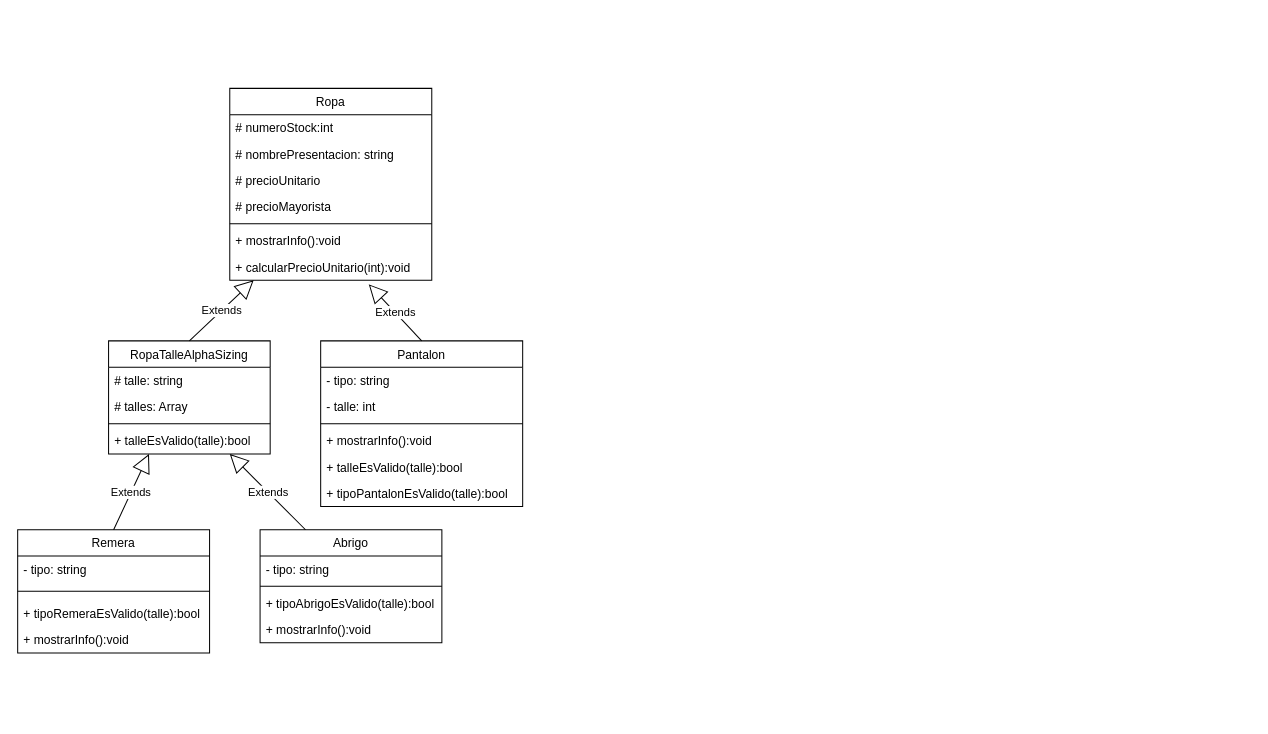
Before: DesarrolloOrientadoObjetos/ejericiosObligatorios3/UML/ejerciciosObligatorios3.drawio in monick96/PracticeCsharp, a draw.io diagram. Source tidied: cells renumbered, new cells numbered last; positions are measured from the earlier drawing's top-left corner, leaving out a move shared by most shapes. Both pictures are drawn from the tidied source at 101%, with x=0, y=0 at pixel (17, 88).
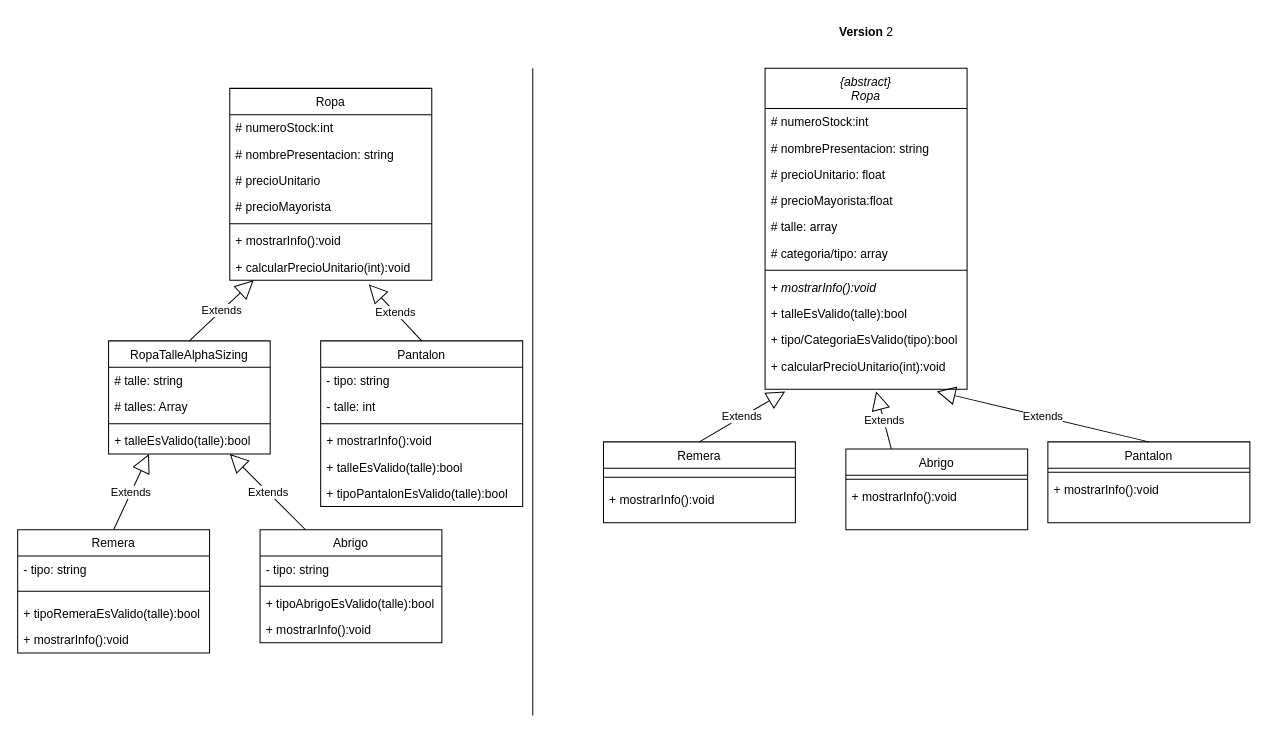
The same diagram, later.

What changed in the source:
```diff
@@
+    <mxCell id="36" value="{abstract}&#10;Ropa&#10;" style="swimlane;fontStyle=2;align=center;verticalAlign=top;horizontal=1;startSize=40;rounded=0;shadow=0;strokeWidth=1;" parent="1" vertex="1">
+      <mxGeometry x="740" y="-20" width="200" height="318" as="geometry" />
+    </mxCell>
+    <mxCell id="37" value="# numeroStock:int" style="text;align=left;verticalAlign=top;spacingLeft=4;spacingRight=4;overflow=hidden;" parent="36" vertex="1">
+      <mxGeometry y="40" width="200" height="26" as="geometry" />
+    </mxCell>
+    <mxCell id="38" value="# nombrePresentacion: string" style="text;align=left;verticalAlign=top;spacingLeft=4;spacingRight=4;overflow=hidden;rounded=0;shadow=0;html=0;" parent="36" vertex="1">
+      <mxGeometry y="66" width="200" height="26" as="geometry" />
+    </mxCell>
+    <mxCell id="39" value="# precioUnitario: float" style="text;align=left;verticalAlign=top;spacingLeft=4;spacingRight=4;overflow=hidden;rounded=0;shadow=0;html=0;" parent="36" vertex="1">
+      <mxGeometry y="92" width="200" height="26" as="geometry" />
+    </mxCell>
+    <mxCell id="40" value="# precioMayorista:float" style="text;align=left;verticalAlign=top;spacingLeft=4;spacingRight=4;overflow=hidden;rounded=0;shadow=0;html=0;" parent="36" vertex="1">
+      <mxGeometry y="118" width="200" height="26" as="geometry" />
+    </mxCell>
+    <mxCell id="41" value="# talle: array" style="text;align=left;verticalAlign=top;spacingLeft=4;spacingRight=4;overflow=hidden;rounded=0;shadow=0;html=0;" parent="36" vertex="1">
+      <mxGeometry y="144" width="200" height="26" as="geometry" />
+    </mxCell>
+    <mxCell id="42" value="# categoria/tipo: array" style="text;align=left;verticalAlign=top;spacingLeft=4;spacingRight=4;overflow=hidden;rounded=0;shadow=0;html=0;" parent="36" vertex="1">
+      <mxGeometry y="170" width="200" height="26" as="geometry" />
+    </mxCell>
+    <mxCell id="43" style="line;html=1;strokeWidth=1;align=left;verticalAlign=middle;spacingTop=-1;spacingLeft=3;spacingRight=3;labelPosition=right;" parent="36" vertex="1">
+      <mxGeometry y="196" width="200" height="8" as="geometry" />
+    </mxCell>
+    <mxCell id="44" value="+ mostrarInfo():void" style="text;align=left;verticalAlign=top;spacingLeft=4;spacingRight=4;overflow=hidden;fontStyle=2;" parent="36" vertex="1">
+      <mxGeometry y="204" width="200" height="26" as="geometry" />
+    </mxCell>
+    <mxCell id="45" value="+ talleEsValido(talle):bool" style="text;align=left;verticalAlign=top;spacingLeft=4;spacingRight=4;overflow=hidden;" parent="36" vertex="1">
+      <mxGeometry y="230" width="200" height="26" as="geometry" />
+    </mxCell>
+    <mxCell id="46" value="+ tipo/CategoriaEsValido(tipo):bool" style="text;align=left;verticalAlign=top;spacingLeft=4;spacingRight=4;overflow=hidden;" parent="36" vertex="1">
+      <mxGeometry y="256" width="200" height="26" as="geometry" />
+    </mxCell>
+    <mxCell id="47" value="+ calcularPrecioUnitario(int):void" style="text;align=left;verticalAlign=top;spacingLeft=4;spacingRight=4;overflow=hidden;" parent="36" vertex="1">
+      <mxGeometry y="282" width="200" height="26" as="geometry" />
+    </mxCell>
+    <mxCell id="48" value="Abrigo" style="swimlane;fontStyle=0;align=center;verticalAlign=top;horizontal=1;startSize=26;rounded=0;shadow=0;strokeWidth=1;" parent="1" vertex="1">
+      <mxGeometry x="820" y="357" width="180" height="80" as="geometry" />
+    </mxCell>
+    <mxCell id="49" style="line;html=1;strokeWidth=1;align=left;verticalAlign=middle;spacingTop=-1;spacingLeft=3;spacingRight=3;labelPosition=right;" parent="48" vertex="1">
+      <mxGeometry y="26" width="180" height="8" as="geometry" />
+    </mxCell>
+    <mxCell id="50" value="+ mostrarInfo():void" style="text;align=left;verticalAlign=top;spacingLeft=4;spacingRight=4;overflow=hidden;" parent="48" vertex="1">
+      <mxGeometry y="34" width="180" height="26" as="geometry" />
+    </mxCell>
+    <mxCell id="51" value="Pantalon" style="swimlane;fontStyle=0;align=center;verticalAlign=top;horizontal=1;startSize=26;rounded=0;shadow=0;strokeWidth=1;" parent="1" vertex="1">
+      <mxGeometry x="1020" y="350" width="200" height="80" as="geometry" />
+    </mxCell>
+    <mxCell id="52" style="line;html=1;strokeWidth=1;align=left;verticalAlign=middle;spacingTop=-1;spacingLeft=3;spacingRight=3;labelPosition=right;" parent="51" vertex="1">
+      <mxGeometry y="26" width="200" height="8" as="geometry" />
+    </mxCell>
+    <mxCell id="53" value="+ mostrarInfo():void" style="text;align=left;verticalAlign=top;spacingLeft=4;spacingRight=4;overflow=hidden;" parent="51" vertex="1">
+      <mxGeometry y="34" width="200" height="26" as="geometry" />
+    </mxCell>
+    <mxCell id="54" value="Remera" style="swimlane;fontStyle=0;align=center;verticalAlign=top;horizontal=1;startSize=26;rounded=0;shadow=0;strokeWidth=1;" parent="1" vertex="1">
+      <mxGeometry x="580" y="350" width="190" height="80" as="geometry" />
+    </mxCell>
+    <mxCell id="55" style="line;html=1;strokeWidth=1;align=left;verticalAlign=middle;spacingTop=-1;spacingLeft=3;spacingRight=3;labelPosition=right;" parent="54" vertex="1">
+      <mxGeometry y="26" width="190" height="18" as="geometry" />
+    </mxCell>
+    <mxCell id="56" value="+ mostrarInfo():void" style="text;align=left;verticalAlign=top;spacingLeft=4;spacingRight=4;overflow=hidden;" parent="54" vertex="1">
+      <mxGeometry y="44" width="190" height="26" as="geometry" />
+    </mxCell>
+    <mxCell id="57" value="Extends" style="endArrow=block;endSize=16;endFill=0;html=1;rounded=0;exitX=0.5;exitY=0;exitDx=0;exitDy=0;" parent="1" edge="1" source="54">
+      <mxGeometry relative="1" as="geometry">
+        <mxPoint x="760" y="300" as="targetPoint" />
+      </mxGeometry>
+    </mxCell>
+    <mxCell id="58" value="Extends" style="endArrow=block;endSize=16;endFill=0;html=1;rounded=0;exitX=0.25;exitY=0;exitDx=0;exitDy=0;" parent="1" edge="1" source="48">
+      <mxGeometry relative="1" as="geometry">
+        <mxPoint x="850" y="300" as="targetPoint" />
+      </mxGeometry>
+    </mxCell>
+    <mxCell id="59" value="Extends" style="endArrow=block;endSize=16;endFill=0;html=1;rounded=0;exitX=0.5;exitY=0;exitDx=0;exitDy=0;" parent="1" edge="1" source="51">
+      <mxGeometry relative="1" as="geometry">
+        <mxPoint x="910" y="300" as="targetPoint" />
+      </mxGeometry>
+    </mxCell>
+    <mxCell id="60" style="endArrow=none;html=1;rounded=0;" parent="1" edge="1">
+      <mxGeometry relative="1" as="geometry">
+        <mxPoint x="510" y="621" as="sourcePoint" />
+        <mxPoint x="510" y="-20" as="targetPoint" />
+      </mxGeometry>
+    </mxCell>
+    <mxCell id="61" value="&lt;b&gt;Version &lt;/b&gt;2" style="text;html=1;align=center;verticalAlign=middle;strokeColor=none;fillColor=none;" parent="1" vertex="1">
+      <mxGeometry x="800" y="-70" width="80" height="30" as="geometry" />
+    </mxCell>
```
